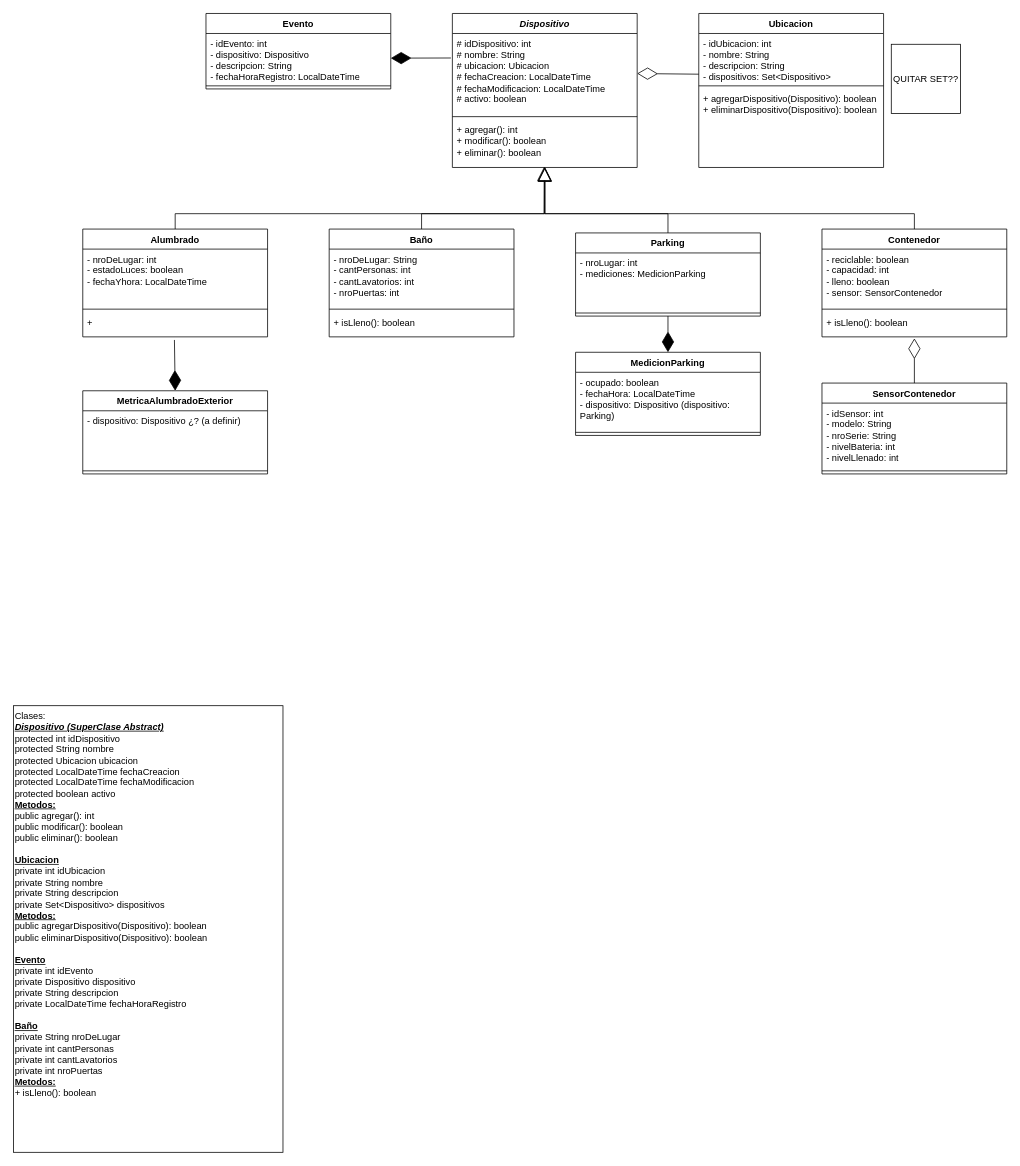
Above: Diagrama de Clases - Grupo 17.drawio in BarbaraNewman/grupo-17-OO2-2023 (draw.io), before the change. Source tidied: cells renumbered, new cells numbered last; positions are measured from the earlier drawing's top-left corner, leaving out a move shared by most shapes. Both pictures are drawn from the tidied source at 77%, with x=0, y=0 at pixel (13, 13).
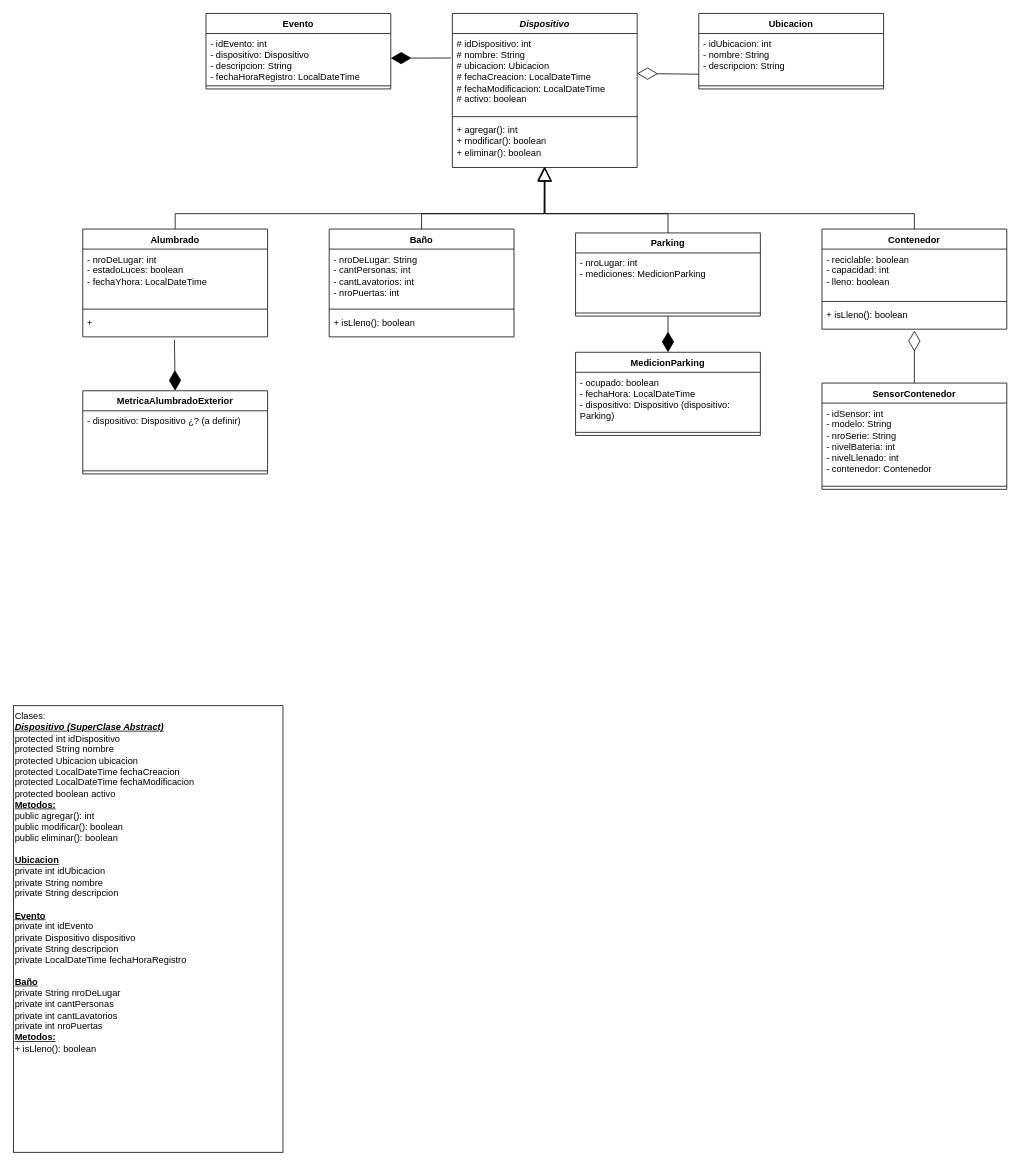
After the change.

Change to the diagram source:
```diff
@@
     <mxCell id="2" value="Ubicacion" style="swimlane;fontStyle=1;align=center;verticalAlign=top;horizontal=1;startSize=26;whiteSpace=wrap;html=1;" parent="1" vertex="1">
-      <mxGeometry x="890" width="240" height="200" as="geometry" />
+      <mxGeometry x="890" width="240" height="98" as="geometry" />
     </mxCell>
-    <mxCell id="3" value="- idUbicacion: int&lt;br&gt;- nombre: String&lt;br&gt;- descripcion: String&lt;br&gt;- dispositivos: Set&amp;lt;Dispositivo&amp;gt;" style="text;strokeColor=none;fillColor=none;align=left;verticalAlign=top;spacingLeft=4;spacingRight=4;overflow=hidden;points=[[0,0.5],[1,0.5]];portConstraint=eastwest;whiteSpace=wrap;html=1;" parent="2" vertex="1">
+    <mxCell id="3" value="- idUbicacion: int&lt;br&gt;- nombre: String&lt;br&gt;- descripcion: String" style="text;strokeColor=none;fillColor=none;align=left;verticalAlign=top;spacingLeft=4;spacingRight=4;overflow=hidden;points=[[0,0.5],[1,0.5]];portConstraint=eastwest;whiteSpace=wrap;html=1;" parent="2" vertex="1">
       <mxGeometry y="26" width="240" height="64" as="geometry" />
     </mxCell>
@@
-    <mxCell id="5" value="+ agregarDispositivo(Dispositivo): boolean&lt;br&gt;+ eliminarDispositivo(Dispositivo): boolean" style="text;strokeColor=none;fillColor=none;align=left;verticalAlign=top;spacingLeft=4;spacingRight=4;overflow=hidden;whiteSpace=wrap;html=1;" parent="2" vertex="1">
-      <mxGeometry y="98" width="240" height="102" as="geometry" />
-    </mxCell>
@@
     <mxCell id="10" value="Contenedor" style="swimlane;fontStyle=1;align=center;verticalAlign=top;horizontal=1;startSize=26;whiteSpace=wrap;html=1;" parent="1" vertex="1">
-      <mxGeometry x="1050" y="280" width="240" height="140" as="geometry" />
+      <mxGeometry x="1050" y="280" width="240" height="130" as="geometry" />
     </mxCell>
-    <mxCell id="11" value="- reciclable: boolean&lt;br&gt;- capacidad: int&lt;br&gt;- lleno: boolean&lt;br&gt;- sensor: SensorContenedor" style="text;strokeColor=none;fillColor=none;align=left;verticalAlign=top;spacingLeft=4;spacingRight=4;overflow=hidden;whiteSpace=wrap;html=1;" parent="10" vertex="1">
-      <mxGeometry y="26" width="240" height="74" as="geometry" />
+    <mxCell id="11" value="- reciclable: boolean&lt;br&gt;- capacidad: int&lt;br&gt;- lleno: boolean" style="text;strokeColor=none;fillColor=none;align=left;verticalAlign=top;spacingLeft=4;spacingRight=4;overflow=hidden;whiteSpace=wrap;html=1;" parent="10" vertex="1">
+      <mxGeometry y="26" width="240" height="64" as="geometry" />
     </mxCell>
     <mxCell id="12" style="line;strokeWidth=1;fillColor=none;align=left;verticalAlign=middle;spacingTop=-1;spacingLeft=3;spacingRight=3;labelPosition=right;strokeColor=inherit;" parent="10" vertex="1">
-      <mxGeometry y="100" width="240" height="8" as="geometry" />
+      <mxGeometry y="90" width="240" height="8" as="geometry" />
     </mxCell>
     <mxCell id="13" value="+ isLleno(): boolean" style="text;strokeColor=none;fillColor=none;align=left;verticalAlign=top;spacingLeft=4;spacingRight=4;overflow=hidden;points=[[0,0.5],[1,0.5]];portConstraint=eastwest;whiteSpace=wrap;html=1;" parent="10" vertex="1">
-      <mxGeometry y="108" width="240" height="32" as="geometry" />
+      <mxGeometry y="98" width="240" height="32" as="geometry" />
     </mxCell>
@@
     <mxCell id="16" value="SensorContenedor" style="swimlane;fontStyle=1;align=center;verticalAlign=top;horizontal=1;startSize=26;whiteSpace=wrap;html=1;" parent="1" vertex="1">
-      <mxGeometry x="1050" y="480" width="240" height="118" as="geometry" />
+      <mxGeometry x="1050" y="480" width="240" height="138" as="geometry" />
     </mxCell>
-    <mxCell id="17" value="- idSensor: int&lt;br&gt;- modelo: String&lt;br&gt;- nroSerie: String&lt;br&gt;- nivelBateria: int&lt;br&gt;- nivelLlenado: int" style="text;strokeColor=none;fillColor=none;align=left;verticalAlign=top;spacingLeft=4;spacingRight=4;overflow=hidden;whiteSpace=wrap;html=1;" parent="16" vertex="1">
-      <mxGeometry y="26" width="240" height="84" as="geometry" />
+    <mxCell id="17" value="- idSensor: int&lt;br&gt;- modelo: String&lt;br&gt;- nroSerie: String&lt;br&gt;- nivelBateria: int&lt;br&gt;- nivelLlenado: int&lt;br&gt;- contenedor: Contenedor" style="text;strokeColor=none;fillColor=none;align=left;verticalAlign=top;spacingLeft=4;spacingRight=4;overflow=hidden;whiteSpace=wrap;html=1;" parent="16" vertex="1">
+      <mxGeometry y="26" width="240" height="104" as="geometry" />
     </mxCell>
     <mxCell id="18" style="line;strokeWidth=1;fillColor=none;align=left;verticalAlign=middle;spacingTop=-1;spacingLeft=3;spacingRight=3;labelPosition=right;strokeColor=inherit;" parent="16" vertex="1">
-      <mxGeometry y="110" width="240" height="8" as="geometry" />
+      <mxGeometry y="130" width="240" height="8" as="geometry" />
     </mxCell>
@@
-    <mxCell id="42" value="Clases:&lt;br&gt;&lt;i style=&quot;font-weight: 700;&quot;&gt;&lt;u&gt;Dispositivo (SuperClase Abstract)&lt;/u&gt;&lt;br&gt;&lt;/i&gt;protected int&amp;nbsp;idDispositivo&lt;br style=&quot;&quot;&gt;protected String&amp;nbsp;&lt;span style=&quot;&quot;&gt;nombre&lt;/span&gt;&lt;br style=&quot;&quot;&gt;protected Ubicacion&amp;nbsp;&lt;span style=&quot;&quot;&gt;ubicacion&lt;/span&gt;&lt;br style=&quot;&quot;&gt;protected LocalDateTime&amp;nbsp;&lt;span style=&quot;&quot;&gt;fechaCreacion&lt;/span&gt;&lt;br style=&quot;&quot;&gt;protected LocalDateTime&amp;nbsp;fechaModificacion&lt;br style=&quot;&quot;&gt;protected boolean&amp;nbsp;&lt;span style=&quot;&quot;&gt;activo&lt;br&gt;&lt;/span&gt;&lt;span style=&quot;font-weight: 700;&quot;&gt;&lt;u&gt;Metodos:&lt;/u&gt;&lt;br&gt;&lt;/span&gt;public agregar(): int&lt;br&gt;public&amp;nbsp;modificar(): boolean&lt;br&gt;public&amp;nbsp;eliminar(): boolean&lt;br&gt;&lt;i style=&quot;font-weight: 700;&quot;&gt;&lt;br&gt;&lt;/i&gt;&lt;b&gt;&lt;u&gt;Ubicacion&lt;/u&gt;&lt;/b&gt;&lt;br&gt;&lt;div style=&quot;&quot;&gt;private int idUbicacion&lt;/div&gt;&lt;div style=&quot;&quot;&gt;private String nombre&lt;/div&gt;&lt;div style=&quot;&quot;&gt;private String descripcion&lt;/div&gt;&lt;div style=&quot;&quot;&gt;private Set&amp;lt;Dispositivo&amp;gt; dispositivos&lt;/div&gt;&lt;div style=&quot;&quot;&gt;&lt;u style=&quot;font-weight: 700;&quot;&gt;Metodos:&lt;/u&gt;&lt;br&gt;&lt;/div&gt;public&amp;nbsp;&lt;span style=&quot;background-color: initial;&quot;&gt;agregarDispositivo(Dispositivo): boolean&lt;/span&gt;&lt;br&gt;public&amp;nbsp;eliminarDispositivo(Dispositivo): boolean&lt;br&gt;&lt;br&gt;&lt;span style=&quot;font-weight: 700; text-align: center;&quot;&gt;&lt;u&gt;Evento&lt;br&gt;&lt;/u&gt;&lt;/span&gt;private int idEvento&lt;br&gt;private Dispositivo dispositivo&lt;br&gt;private String&amp;nbsp;descripcion&lt;br&gt;private LocalDateTime fechaHoraRegistro&lt;br&gt;&lt;br&gt;&lt;span style=&quot;font-weight: 700; text-align: center;&quot;&gt;&lt;u&gt;Baño&lt;br&gt;&lt;/u&gt;&lt;/span&gt;private String nroDeLugar&lt;br&gt;private&amp;nbsp;int cantPersonas&lt;br&gt;private&amp;nbsp;int&amp;nbsp;cantLavatorios&lt;br&gt;private&amp;nbsp;int nroPuertas&lt;br&gt;&lt;b&gt;&lt;u&gt;Metodos:&lt;/u&gt;&lt;/b&gt;&lt;br&gt;+ isLleno(): boolean&lt;span style=&quot;background-color: initial;&quot;&gt;&lt;br&gt;&lt;/span&gt;" style="html=1;whiteSpace=wrap;align=left;verticalAlign=top;" parent="1" vertex="1">
+    <mxCell id="42" value="Clases:&lt;br&gt;&lt;i style=&quot;font-weight: 700;&quot;&gt;&lt;u&gt;Dispositivo (SuperClase Abstract)&lt;/u&gt;&lt;br&gt;&lt;/i&gt;protected int&amp;nbsp;idDispositivo&lt;br style=&quot;&quot;&gt;protected String&amp;nbsp;&lt;span style=&quot;&quot;&gt;nombre&lt;/span&gt;&lt;br style=&quot;&quot;&gt;protected Ubicacion&amp;nbsp;&lt;span style=&quot;&quot;&gt;ubicacion&lt;/span&gt;&lt;br style=&quot;&quot;&gt;protected LocalDateTime&amp;nbsp;&lt;span style=&quot;&quot;&gt;fechaCreacion&lt;/span&gt;&lt;br style=&quot;&quot;&gt;protected LocalDateTime&amp;nbsp;fechaModificacion&lt;br style=&quot;&quot;&gt;protected boolean&amp;nbsp;&lt;span style=&quot;&quot;&gt;activo&lt;br&gt;&lt;/span&gt;&lt;span style=&quot;font-weight: 700;&quot;&gt;&lt;u&gt;Metodos:&lt;/u&gt;&lt;br&gt;&lt;/span&gt;public agregar(): int&lt;br&gt;public&amp;nbsp;modificar(): boolean&lt;br&gt;public&amp;nbsp;eliminar(): boolean&lt;br&gt;&lt;i style=&quot;font-weight: 700;&quot;&gt;&lt;br&gt;&lt;/i&gt;&lt;b&gt;&lt;u&gt;Ubicacion&lt;/u&gt;&lt;/b&gt;&lt;br&gt;&lt;div style=&quot;&quot;&gt;private int idUbicacion&lt;/div&gt;&lt;div style=&quot;&quot;&gt;private String nombre&lt;/div&gt;&lt;div style=&quot;&quot;&gt;private String descripcion&lt;/div&gt;&lt;div style=&quot;&quot;&gt;&lt;/div&gt;&lt;br&gt;&lt;span style=&quot;font-weight: 700; text-align: center;&quot;&gt;&lt;u&gt;Evento&lt;br&gt;&lt;/u&gt;&lt;/span&gt;private int idEvento&lt;br&gt;private Dispositivo dispositivo&lt;br&gt;private String&amp;nbsp;descripcion&lt;br&gt;private LocalDateTime fechaHoraRegistro&lt;br&gt;&lt;br&gt;&lt;span style=&quot;font-weight: 700; text-align: center;&quot;&gt;&lt;u&gt;Baño&lt;br&gt;&lt;/u&gt;&lt;/span&gt;private String nroDeLugar&lt;br&gt;private&amp;nbsp;int cantPersonas&lt;br&gt;private&amp;nbsp;int&amp;nbsp;cantLavatorios&lt;br&gt;private&amp;nbsp;int nroPuertas&lt;br&gt;&lt;b&gt;&lt;u&gt;Metodos:&lt;/u&gt;&lt;/b&gt;&lt;br&gt;+ isLleno(): boolean&lt;span style=&quot;background-color: initial;&quot;&gt;&lt;br&gt;&lt;/span&gt;" style="html=1;whiteSpace=wrap;align=left;verticalAlign=top;" parent="1" vertex="1">
       <mxGeometry y="899" width="350" height="580" as="geometry" />
     </mxCell>
@@
-    <mxCell id="47" value="QUITAR SET??" style="whiteSpace=wrap;html=1;" parent="1" vertex="1">
-      <mxGeometry x="1140" y="40" width="90" height="90" as="geometry" />
-    </mxCell>
```
